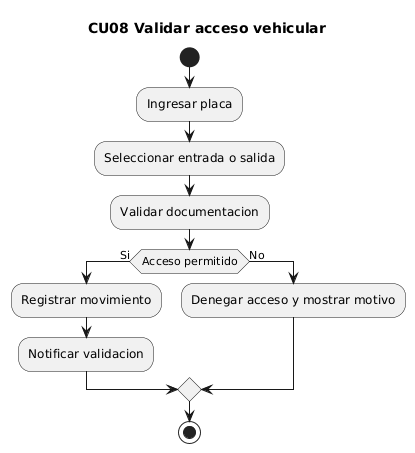
Earlier version of the PlantUML export docs/uml/render/actividades_cu/CU08_actividad_validar_acceso_vehicular.png (maranavard/SISTEMA-COMPUTACIONAL-PARA-LA-GESTION-Y-CONTROL-DE-ACCESO-DE-AUTOMOVILES-M-DULO-WEB).
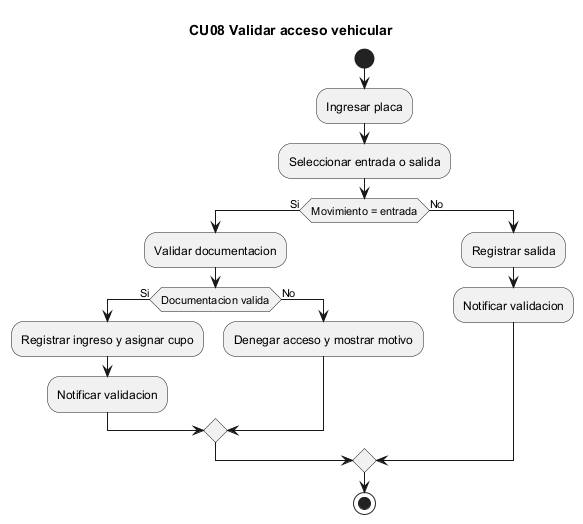
The same diagram one commit later.

The edit, as a diff of the source:
```diff
@@ -1,14 +1,19 @@
-@startuml
+@startuml CU08_actividad_validar_acceso_vehicular
 title CU08 Validar acceso vehicular
 start
 :Ingresar placa;
 :Seleccionar entrada o salida;
-:Validar documentacion;
-if (Acceso permitido) then (Si)
-  :Registrar movimiento;
+if (Movimiento = entrada) then (Si)
+  :Validar documentacion;
+  if (Documentacion valida) then (Si)
+    :Registrar ingreso y asignar cupo;
+    :Notificar validacion;
+  else (No)
+    :Denegar acceso y mostrar motivo;
+  endif
+else (No)
+  :Registrar salida;
   :Notificar validacion;
-else (No)
-  :Denegar acceso y mostrar motivo;
 endif
 stop
 @enduml
```
